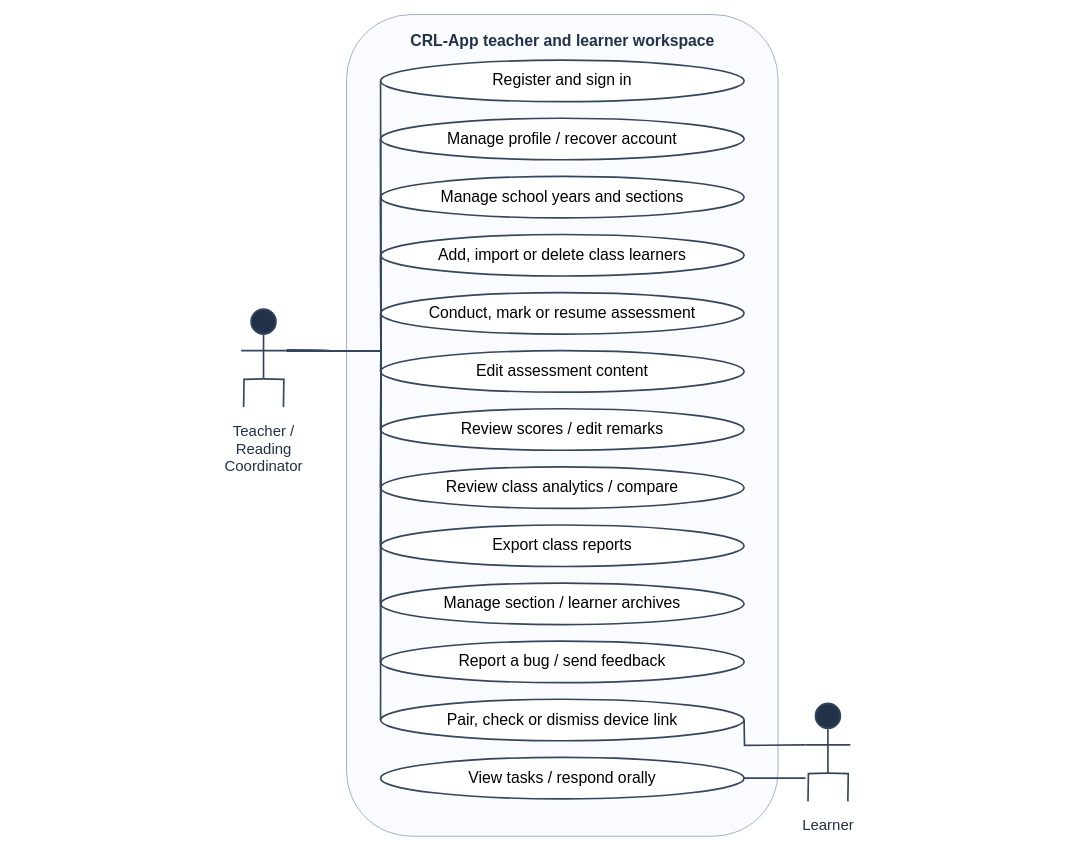
Earlier version of the draw.io diagram docs/diagrams/class-workspaces/figure-06-use-cases.drawio (AkuSayangKamuJudaSayang/crl-app). Source tidied: cells renumbered, new cells numbered last; positions are measured from the earlier drawing's top-left corner, leaving out a move shared by most shapes. Both pictures are drawn from the tidied source at 83%, with x=0, y=0 at pixel (14, 14).
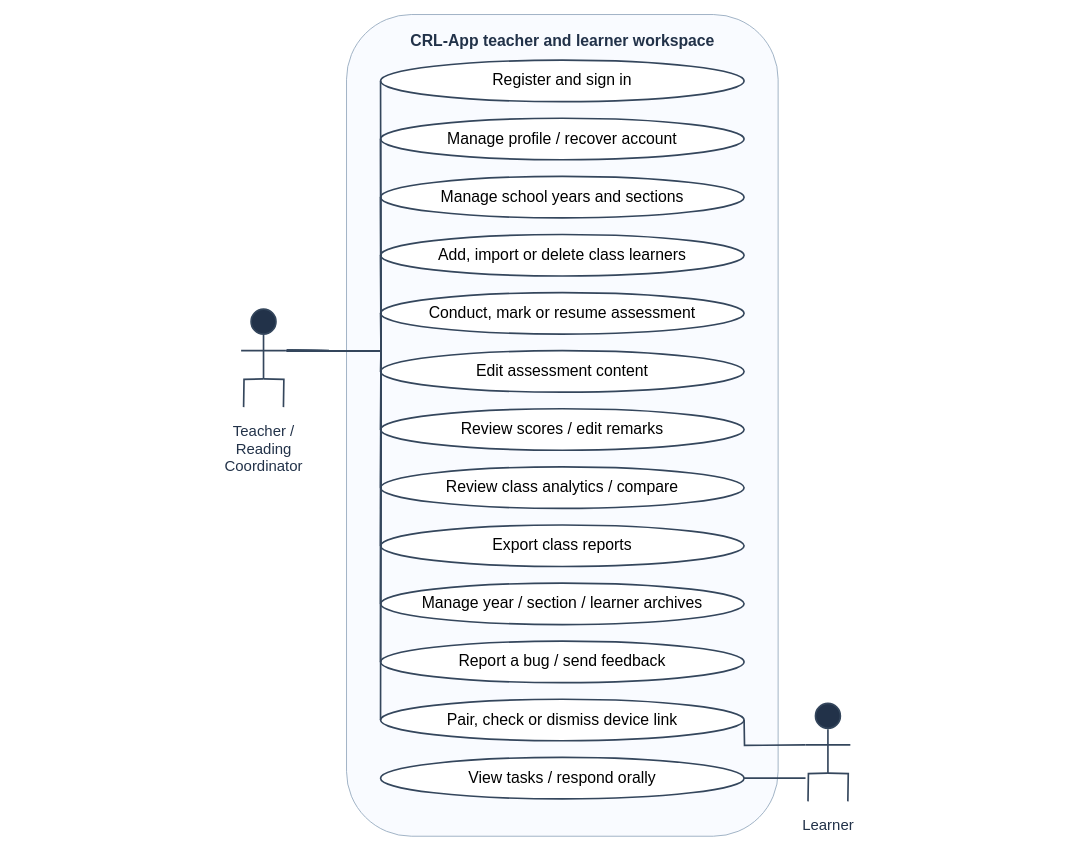
The same page after the edit.

Change to the diagram source:
```diff
@@
-    <mxCell id="13" value="Manage section / learner archives" style="rounded=1;whiteSpace=wrap;html=1;fillColor=#ffffff;strokeColor=#34465c;strokeWidth=2;fontSize=19;shape=ellipse;" parent="1" vertex="1">
+    <mxCell id="13" value="Manage year / section / learner archives" style="rounded=1;whiteSpace=wrap;html=1;fillColor=#ffffff;strokeColor=#34465c;strokeWidth=2;fontSize=19;shape=ellipse;" parent="1" vertex="1">
       <mxGeometry x="441" y="685" width="438" height="50" as="geometry" />
     </mxCell>
```
